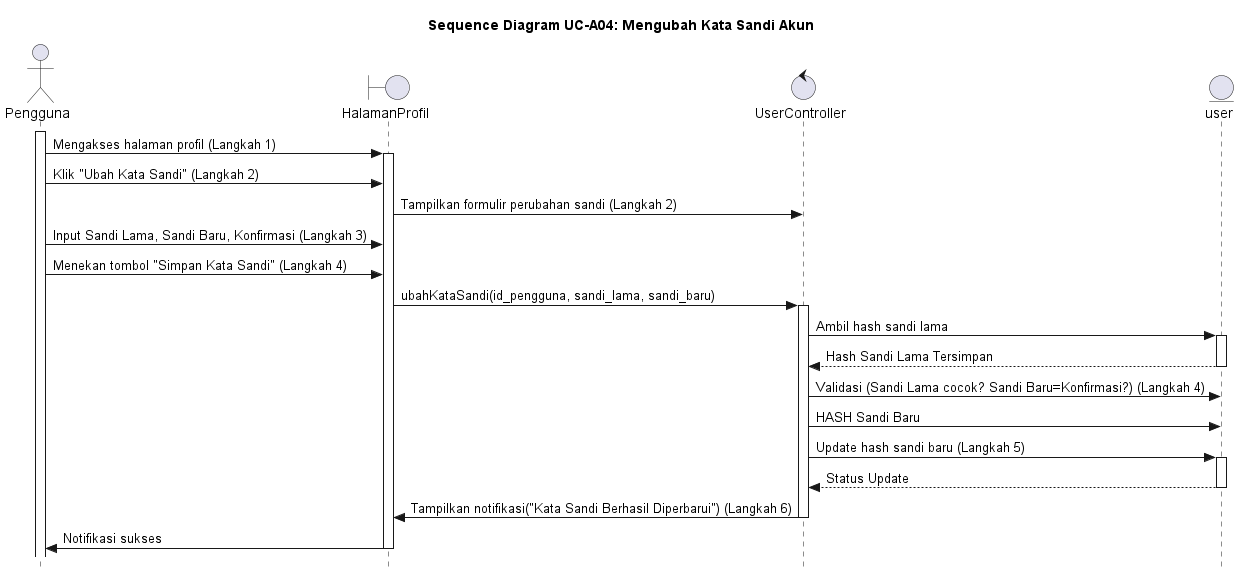
Above: out/UC-A04/SD-UC-A04_UbahKataSandi.png in alfiahnurfa/RSI-PROYEK-AKHIR-SEQUENCE (PlantUML), before the change.
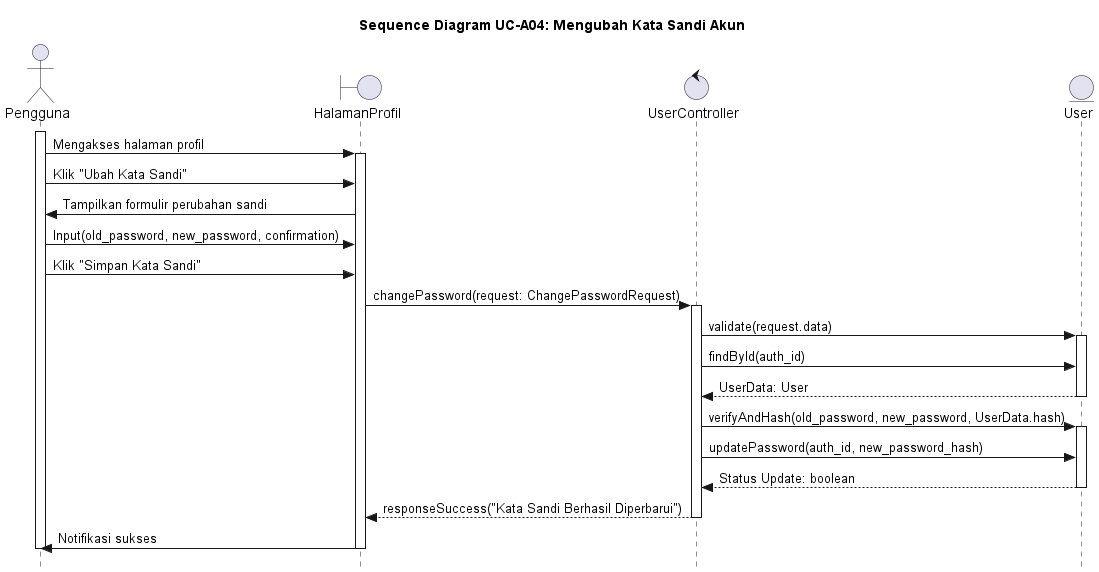
After the commit.

The edit, as a diff of the source:
```diff
@@ -5,44 +5,41 @@
 actor Pengguna
 boundary HalamanProfil
 control UserController
-entity user
-
+entity User
 
 activate Pengguna
-Pengguna -> HalamanProfil : Mengakses halaman profil (Langkah 1)
+Pengguna -> HalamanProfil : Mengakses halaman profil
 activate HalamanProfil
 
-Pengguna -> HalamanProfil : Klik "Ubah Kata Sandi" (Langkah 2)
-HalamanProfil -> UserController : Tampilkan formulir perubahan sandi (Langkah 2)
+Pengguna -> HalamanProfil : Klik "Ubah Kata Sandi"
+HalamanProfil -> Pengguna : Tampilkan formulir perubahan sandi
 
-Pengguna -> HalamanProfil : Input Sandi Lama, Sandi Baru, Konfirmasi (Langkah 3)
+Pengguna -> HalamanProfil : Input(old_password, new_password, confirmation)
 
-Pengguna -> HalamanProfil : Menekan tombol "Simpan Kata Sandi" (Langkah 4)
+Pengguna -> HalamanProfil : Klik "Simpan Kata Sandi"
 
-HalamanProfil -> UserController : ubahKataSandi(id_pengguna, sandi_lama, sandi_baru)
+HalamanProfil -> UserController : changePassword(request: ChangePasswordRequest)
 activate UserController
 
-UserController -> user : Ambil hash sandi lama
-activate user
-user --> UserController : Hash Sandi Lama Tersimpan
-deactivate user
+UserController -> User : validate(request.data)
+activate User
+UserController -> User : findById(auth_id)
 
-UserController -> user : Validasi (Sandi Lama cocok? Sandi Baru=Konfirmasi?) (Langkah 4)
+User --> UserController : UserData: User
+deactivate User
 
-UserController -> user : HASH Sandi Baru
-UserController -> user : Update hash sandi baru (Langkah 5)
-activate user
-user --> UserController : Status Update
-deactivate user
+UserController -> User : verifyAndHash(old_password, new_password, UserData.hash)
+activate User
+UserController -> User : updatePassword(auth_id, new_password_hash)
 
-UserController -> HalamanProfil : Tampilkan notifikasi("Kata Sandi Berhasil Diperbarui") (Langkah 6)
+User --> UserController : Status Update: boolean
+deactivate User
+
+UserController --> HalamanProfil : responseSuccess("Kata Sandi Berhasil Diperbarui")
 deactivate UserController
 
 HalamanProfil -> Pengguna : Notifikasi sukses
 deactivate HalamanProfil
-
-
-
-
+deactivate Pengguna
 
 @enduml
```
